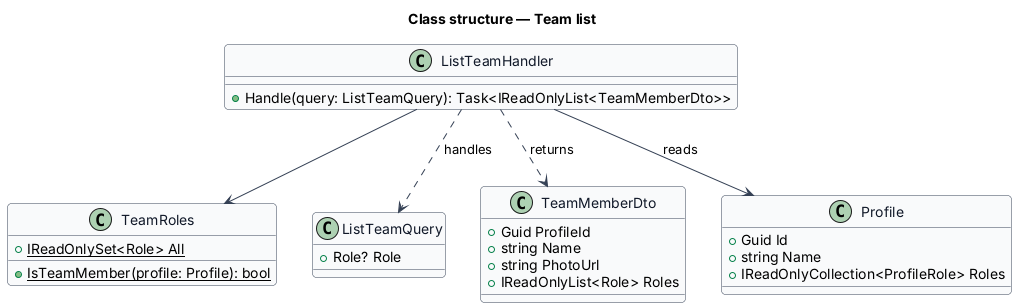
Earlier version of the PlantUML export docs/detailed-designs/team/team-list/diagrams/class-structure.png (QuinntyneBrown/faithtech-community).
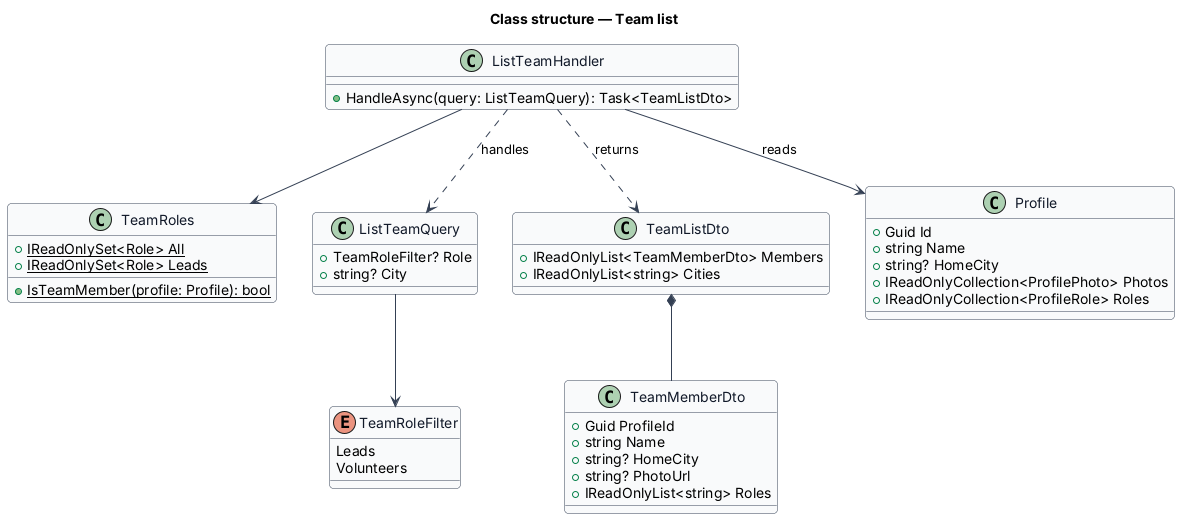
After the commit.

The edit, as a diff of the source:
```diff
@@ -12,27 +12,42 @@
 title Class structure — Team list
 class TeamRoles {
   +{static} IReadOnlySet<Role> All
+  +{static} IReadOnlySet<Role> Leads
   +{static} IsTeamMember(profile: Profile): bool
 }
+enum TeamRoleFilter {
+  Leads
+  Volunteers
+}
 class ListTeamQuery {
-  +Role? Role
+  +TeamRoleFilter? Role
+  +string? City
 }
 class ListTeamHandler {
-  +Handle(query: ListTeamQuery): Task<IReadOnlyList<TeamMemberDto>>
+  +HandleAsync(query: ListTeamQuery): Task<TeamListDto>
+}
+class TeamListDto {
+  +IReadOnlyList<TeamMemberDto> Members
+  +IReadOnlyList<string> Cities
 }
 class TeamMemberDto {
   +Guid ProfileId
   +string Name
-  +string PhotoUrl
-  +IReadOnlyList<Role> Roles
+  +string? HomeCity
+  +string? PhotoUrl
+  +IReadOnlyList<string> Roles
 }
 class Profile {
   +Guid Id
   +string Name
+  +string? HomeCity
+  +IReadOnlyCollection<ProfilePhoto> Photos
   +IReadOnlyCollection<ProfileRole> Roles
 }
 ListTeamHandler ..> ListTeamQuery : handles
 ListTeamHandler --> TeamRoles
 ListTeamHandler --> Profile : reads
-ListTeamHandler ..> TeamMemberDto : returns
+ListTeamHandler ..> TeamListDto : returns
+ListTeamQuery --> TeamRoleFilter
+TeamListDto *-- TeamMemberDto
 @enduml
```
